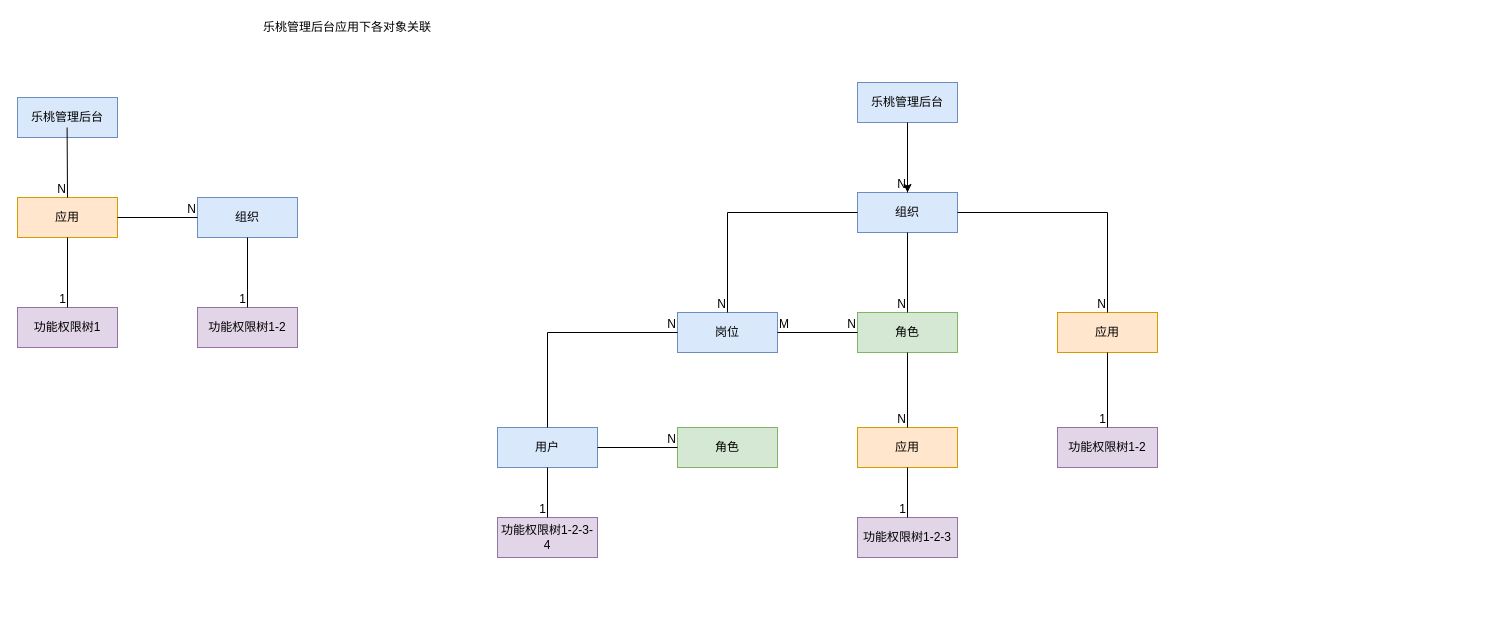
The draw.io diagram 中台/组织中心/未命名绘图.drawio in gudujiujian11/diagram, before the edit. Source tidied: cells renumbered, new cells numbered last; positions are measured from the earlier drawing's top-left corner, leaving out a move shared by most shapes. Both pictures are drawn from the tidied source at 100%, with x=0, y=0 at pixel (17, 17).
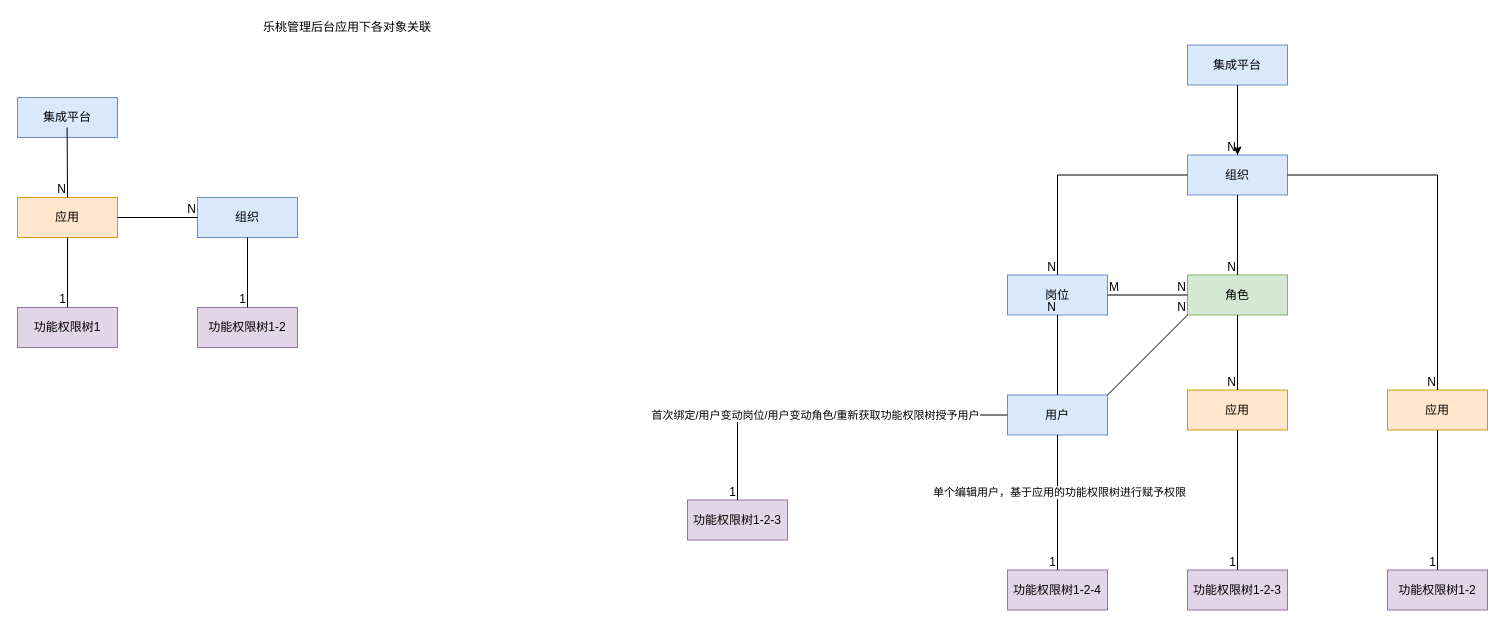
The same page after the edit.

Commit message (it also covers changes not shown here):
更新未命名绘图.drawio

The edit, as a diff of the source:
```diff
@@
     <mxCell id="2" value="组织" style="whiteSpace=wrap;html=1;align=center;fillColor=#dae8fc;strokeColor=#6c8ebf;" parent="1" vertex="1">
-      <mxGeometry x="840" y="175" width="100" height="40" as="geometry" />
+      <mxGeometry x="1170" y="137.5" width="100" height="40" as="geometry" />
     </mxCell>
     <mxCell id="3" value="应用" style="whiteSpace=wrap;html=1;align=center;fillColor=#ffe6cc;strokeColor=#d79b00;" parent="1" vertex="1">
-      <mxGeometry x="1040" y="295" width="100" height="40" as="geometry" />
+      <mxGeometry x="1370" y="372.5" width="100" height="40" as="geometry" />
     </mxCell>
@@
-    <mxCell id="5" value="乐桃管理后台" style="whiteSpace=wrap;html=1;align=center;fillColor=#dae8fc;strokeColor=#6c8ebf;" parent="1" vertex="1">
-      <mxGeometry x="840" y="65" width="100" height="40" as="geometry" />
+    <mxCell id="5" value="集成平台" style="whiteSpace=wrap;html=1;align=center;fillColor=#dae8fc;strokeColor=#6c8ebf;" parent="1" vertex="1">
+      <mxGeometry x="1170" y="27.5" width="100" height="40" as="geometry" />
     </mxCell>
@@
     <mxCell id="8" value="功能权限树1-2" style="whiteSpace=wrap;html=1;align=center;fillColor=#e1d5e7;strokeColor=#9673a6;" parent="1" vertex="1">
-      <mxGeometry x="1040" y="410" width="100" height="40" as="geometry" />
+      <mxGeometry x="1370" y="552.5" width="100" height="40" as="geometry" />
     </mxCell>
@@
-    <mxCell id="11" value="乐桃管理后台" style="whiteSpace=wrap;html=1;align=center;fillColor=#dae8fc;strokeColor=#6c8ebf;" parent="1" vertex="1">
+    <mxCell id="11" value="集成平台" style="whiteSpace=wrap;html=1;align=center;fillColor=#dae8fc;strokeColor=#6c8ebf;" parent="1" vertex="1">
       <mxGeometry y="80" width="100" height="40" as="geometry" />
     </mxCell>
@@
     <mxCell id="25" style="endArrow=none;html=1;rounded=0;exitX=1;exitY=0.5;exitDx=0;exitDy=0;entryX=0.5;entryY=0;entryDx=0;entryDy=0;" parent="1" edge="1" source="2" target="3">
       <mxGeometry relative="1" as="geometry">
         <Array as="points">
-          <mxPoint x="1090" y="195" />
+          <mxPoint x="1420" y="157.5" />
         </Array>
       </mxGeometry>
     </mxCell>
@@
     <mxCell id="27" value="岗位" style="whiteSpace=wrap;html=1;align=center;fillColor=#dae8fc;strokeColor=#6c8ebf;" parent="1" vertex="1">
-      <mxGeometry x="660" y="295" width="100" height="40" as="geometry" />
+      <mxGeometry x="990" y="257.5" width="100" height="40" as="geometry" />
     </mxCell>
     <mxCell id="28" value="角色" style="whiteSpace=wrap;html=1;align=center;fillColor=#d5e8d4;strokeColor=#82b366;" parent="1" vertex="1">
-      <mxGeometry x="840" y="295" width="100" height="40" as="geometry" />
+      <mxGeometry x="1170" y="257.5" width="100" height="40" as="geometry" />
     </mxCell>
@@
     <mxCell id="31" style="endArrow=none;html=1;rounded=0;exitX=0;exitY=0.5;exitDx=0;exitDy=0;entryX=0.5;entryY=0;entryDx=0;entryDy=0;" parent="1" edge="1" source="2" target="27">
       <mxGeometry relative="1" as="geometry">
         <Array as="points">
-          <mxPoint x="710" y="195" />
+          <mxPoint x="1040" y="157.5" />
         </Array>
       </mxGeometry>
     </mxCell>
@@
     <mxCell id="36" value="应用" style="whiteSpace=wrap;html=1;align=center;fillColor=#ffe6cc;strokeColor=#d79b00;" parent="1" vertex="1">
-      <mxGeometry x="840" y="410" width="100" height="40" as="geometry" />
+      <mxGeometry x="1170" y="372.5" width="100" height="40" as="geometry" />
     </mxCell>
@@
     <mxCell id="39" value="功能权限树1-2-3" style="whiteSpace=wrap;html=1;align=center;fillColor=#e1d5e7;strokeColor=#9673a6;" parent="1" vertex="1">
-      <mxGeometry x="840" y="500" width="100" height="40" as="geometry" />
+      <mxGeometry x="1170" y="552.5" width="100" height="40" as="geometry" />
     </mxCell>
@@
     <mxCell id="42" value="用户" style="whiteSpace=wrap;html=1;align=center;fillColor=#dae8fc;strokeColor=#6c8ebf;" parent="1" vertex="1">
-      <mxGeometry x="480" y="410" width="100" height="40" as="geometry" />
+      <mxGeometry x="990" y="377.5" width="100" height="40" as="geometry" />
     </mxCell>
-    <mxCell id="43" style="endArrow=none;html=1;rounded=0;exitX=0.5;exitY=0;exitDx=0;exitDy=0;entryX=0;entryY=0.5;entryDx=0;entryDy=0;" parent="1" edge="1" source="42" target="27">
+    <mxCell id="43" style="endArrow=none;html=1;rounded=0;exitX=0.5;exitY=0;exitDx=0;exitDy=0;entryX=0.5;entryY=1;entryDx=0;entryDy=0;" parent="1" edge="1" source="42" target="27">
       <mxGeometry relative="1" as="geometry">
         <Array as="points">
-          <mxPoint x="530" y="315" />
+          <mxPoint x="1040" y="342.5" />
         </Array>
       </mxGeometry>
     </mxCell>
@@
-    <mxCell id="45" value="角色" style="whiteSpace=wrap;html=1;align=center;fillColor=#d5e8d4;strokeColor=#82b366;" parent="1" vertex="1">
-      <mxGeometry x="660" y="410" width="100" height="40" as="geometry" />
-    </mxCell>
-    <mxCell id="46" style="endArrow=none;html=1;rounded=0;exitX=1;exitY=0.5;exitDx=0;exitDy=0;entryX=0;entryY=0.5;entryDx=0;entryDy=0;" parent="1" edge="1" source="42" target="45">
-      <mxGeometry relative="1" as="geometry" />
-    </mxCell>
-    <mxCell id="47" value="N" style="html=1;whiteSpace=wrap;align=right;verticalAlign=bottom;" parent="46" vertex="1">
-      <mxGeometry x="1" relative="1" as="geometry" />
-    </mxCell>
-    <mxCell id="48" value="功能权限树1-2-3-4" style="whiteSpace=wrap;html=1;align=center;fillColor=#e1d5e7;strokeColor=#9673a6;" parent="1" vertex="1">
-      <mxGeometry x="480" y="500" width="100" height="40" as="geometry" />
+    <mxCell id="48" value="功能权限树1-2-3" style="whiteSpace=wrap;html=1;align=center;fillColor=#e1d5e7;strokeColor=#9673a6;" parent="1" vertex="1">
+      <mxGeometry x="670" y="482.5" width="100" height="40" as="geometry" />
     </mxCell>
-    <mxCell id="49" style="endArrow=none;html=1;rounded=0;exitX=0.5;exitY=1;exitDx=0;exitDy=0;entryX=0.5;entryY=0;entryDx=0;entryDy=0;" parent="1" edge="1" source="42" target="48">
-      <mxGeometry relative="1" as="geometry" />
+    <mxCell id="49" style="endArrow=none;html=1;rounded=0;exitX=0;exitY=0.5;exitDx=0;exitDy=0;entryX=0.5;entryY=0;entryDx=0;entryDy=0;" parent="1" edge="1" source="42" target="48">
+      <mxGeometry relative="1" as="geometry">
+        <Array as="points">
+          <mxPoint x="720" y="397.5" />
+        </Array>
+      </mxGeometry>
     </mxCell>
@@
+    <mxCell id="51" value="首次绑定/用户变动岗位/用户变动角色/重新获取功能权限树授予用户" style="edgeLabel;html=1;align=center;verticalAlign=middle;" parent="49" vertex="1">
+      <mxGeometry x="0.09" relative="1" as="geometry" />
+    </mxCell>
+    <mxCell id="52" style="endArrow=none;html=1;rounded=0;exitX=1;exitY=0;exitDx=0;exitDy=0;entryX=0;entryY=1;entryDx=0;entryDy=0;" parent="1" edge="1" source="42" target="28">
+      <mxGeometry relative="1" as="geometry" />
+    </mxCell>
+    <mxCell id="47" value="N" style="html=1;whiteSpace=wrap;align=right;verticalAlign=bottom;" parent="52" vertex="1">
+      <mxGeometry x="1" relative="1" as="geometry" />
+    </mxCell>
+    <mxCell id="53" value="功能权限树1-2-4" style="whiteSpace=wrap;html=1;align=center;fillColor=#e1d5e7;strokeColor=#9673a6;" parent="1" vertex="1">
+      <mxGeometry x="990" y="552.5" width="100" height="40" as="geometry" />
+    </mxCell>
+    <mxCell id="54" style="endArrow=none;html=1;rounded=0;exitX=0.5;exitY=1;exitDx=0;exitDy=0;" parent="1" edge="1" source="42" target="53">
+      <mxGeometry relative="1" as="geometry" />
+    </mxCell>
+    <mxCell id="55" value="1" style="html=1;whiteSpace=wrap;align=right;verticalAlign=bottom;" parent="54" vertex="1">
+      <mxGeometry x="1" relative="1" as="geometry" />
+    </mxCell>
+    <mxCell id="56" value="单个编辑用户，基于应用的功能权限树进行赋予权限" style="edgeLabel;html=1;align=center;verticalAlign=middle;" parent="54" vertex="1">
+      <mxGeometry x="-0.15" y="1" relative="1" as="geometry" />
+    </mxCell>
```
